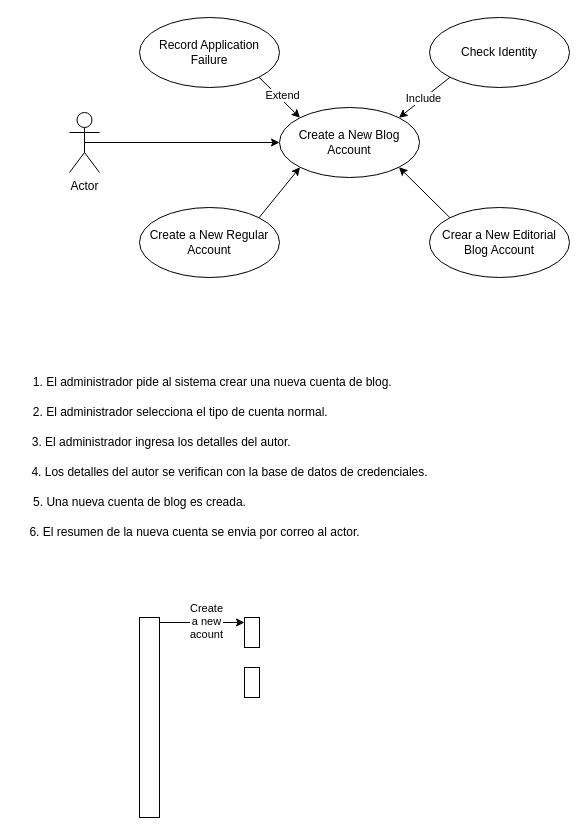
Before: ejemplo.drawio in jdrguez/ETS, a draw.io diagram. Source tidied: cells renumbered, new cells numbered last; positions are measured from the earlier drawing's top-left corner, leaving out a move shared by most shapes. Both pictures are drawn from the tidied source at 100%, with x=0, y=0 at pixel (19, 17).
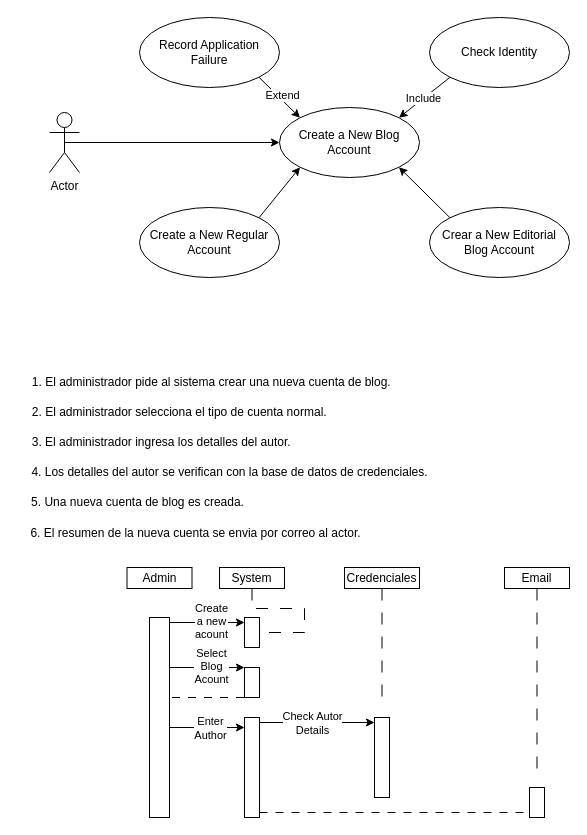
Above is the later version.

Unchanged cells that the change refers to:
```xml
<mxCell id="22" style="html=1;points=[[0,0,0,0,5],[0,1,0,0,-5],[1,0,0,0,5],[1,1,0,0,-5]];perimeter=orthogonalPerimeter;outlineConnect=0;targetShapes=umlLifeline;portConstraint=eastwest;newEdgeStyle={&quot;curved&quot;:0,&quot;rounded&quot;:0};" parent="1" vertex="1">
  <mxGeometry x="225" y="600" width="15" height="30" as="geometry" />
</mxCell>
```

Change to the diagram source:
```diff
@@
     <mxCell id="3" value="Actor" style="shape=umlActor;verticalLabelPosition=bottom;verticalAlign=top;html=1;" parent="1" vertex="1">
-      <mxGeometry x="50" y="95" width="30" height="60" as="geometry" />
+      <mxGeometry x="30" y="95" width="30" height="60" as="geometry" />
     </mxCell>
@@
     <mxCell id="15" value="1. El administrador pide al sistema crear una nueva cuenta de blog.&lt;span style=&quot;white-space: pre;&quot;&gt;&#9;&lt;/span&gt;" style="text;html=1;align=center;verticalAlign=middle;strokeColor=none;fillColor=none;" parent="1" vertex="1">
-      <mxGeometry y="350" width="400" height="30" as="geometry" />
+      <mxGeometry x="-1" y="350" width="400" height="30" as="geometry" />
     </mxCell>
     <mxCell id="16" value="&amp;nbsp;2. El administrador selecciona el tipo de cuenta normal.&lt;span style=&quot;white-space: pre;&quot;&gt;&#9;&lt;/span&gt;" style="text;html=1;align=center;verticalAlign=middle;strokeColor=none;fillColor=none;" parent="1" vertex="1">
-      <mxGeometry y="380" width="340" height="30" as="geometry" />
+      <mxGeometry x="-1" y="380" width="340" height="30" as="geometry" />
     </mxCell>
@@
     <mxCell id="19" value="5. Una nueva cuenta de blog es creada." style="text;html=1;align=center;verticalAlign=middle;strokeColor=none;fillColor=none;" parent="1" vertex="1">
-      <mxGeometry y="470" width="240" height="30" as="geometry" />
+      <mxGeometry x="-2" y="470" width="240" height="30" as="geometry" />
     </mxCell>
     <mxCell id="20" value="6. El resumen de la nueva cuenta se envia por correo al actor." style="text;html=1;align=center;verticalAlign=middle;strokeColor=none;fillColor=none;" parent="1" vertex="1">
-      <mxGeometry y="500" width="350" height="30" as="geometry" />
+      <mxGeometry x="1" y="501" width="350" height="30" as="geometry" />
     </mxCell>
     <mxCell id="21" style="html=1;points=[[0,0,0,0,5],[0,1,0,0,-5],[1,0,0,0,5],[1,1,0,0,-5]];perimeter=orthogonalPerimeter;outlineConnect=0;targetShapes=umlLifeline;portConstraint=eastwest;newEdgeStyle={&quot;curved&quot;:0,&quot;rounded&quot;:0};" parent="1" vertex="1">
-      <mxGeometry x="120" y="600" width="20" height="200" as="geometry" />
+      <mxGeometry x="130" y="600" width="20" height="200" as="geometry" />
     </mxCell>
@@
+    <mxCell id="26" style="edgeStyle=orthogonalEdgeStyle;rounded=0;orthogonalLoop=1;jettySize=auto;html=1;curved=0;exitX=1;exitY=0;exitDx=0;exitDy=5;exitPerimeter=0;entryX=0;entryY=0;entryDx=0;entryDy=5;entryPerimeter=0;" parent="1" edge="1">
+      <mxGeometry relative="1" as="geometry">
+        <mxPoint x="150" y="650" as="sourcePoint" />
+        <mxPoint x="225" y="650" as="targetPoint" />
+      </mxGeometry>
+    </mxCell>
+    <mxCell id="27" value="&lt;div&gt;Select&lt;/div&gt;&lt;div&gt;Blog&lt;/div&gt;&lt;div&gt;Acount&lt;br&gt;&lt;/div&gt;" style="edgeLabel;html=1;align=center;verticalAlign=middle;" parent="26" vertex="1">
+      <mxGeometry x="0.08" y="2" relative="1" as="geometry" />
+    </mxCell>
+    <mxCell id="28" style="edgeStyle=orthogonalEdgeStyle;rounded=0;orthogonalLoop=1;jettySize=auto;html=1;curved=0;exitX=1;exitY=0;exitDx=0;exitDy=5;exitPerimeter=0;entryX=0;entryY=0;entryDx=0;entryDy=5;entryPerimeter=0;dashed=1;dashPattern=8 8;endArrow=none;endFill=0;" parent="1" edge="1">
+      <mxGeometry relative="1" as="geometry">
+        <mxPoint x="152.5" y="680" as="sourcePoint" />
+        <mxPoint x="227.5" y="680" as="targetPoint" />
+      </mxGeometry>
+    </mxCell>
+    <mxCell id="29" style="html=1;points=[[0,0,0,0,5],[0,1,0,0,-5],[1,0,0,0,5],[1,1,0,0,-5]];perimeter=orthogonalPerimeter;outlineConnect=0;targetShapes=umlLifeline;portConstraint=eastwest;newEdgeStyle={&quot;curved&quot;:0,&quot;rounded&quot;:0};" parent="1" vertex="1">
+      <mxGeometry x="225" y="700" width="15" height="100" as="geometry" />
+    </mxCell>
+    <mxCell id="30" style="edgeStyle=orthogonalEdgeStyle;rounded=0;orthogonalLoop=1;jettySize=auto;html=1;curved=0;exitX=1;exitY=0;exitDx=0;exitDy=5;exitPerimeter=0;entryX=0;entryY=0;entryDx=0;entryDy=5;entryPerimeter=0;" parent="1" edge="1">
+      <mxGeometry relative="1" as="geometry">
+        <mxPoint x="150" y="710" as="sourcePoint" />
+        <mxPoint x="225" y="710" as="targetPoint" />
+      </mxGeometry>
+    </mxCell>
+    <mxCell id="31" value="&lt;div&gt;Enter&lt;/div&gt;&lt;div&gt;Author&lt;br&gt;&lt;/div&gt;" style="edgeLabel;html=1;align=center;verticalAlign=middle;" parent="30" vertex="1">
+      <mxGeometry x="0.08" y="2" relative="1" as="geometry">
+        <mxPoint x="-1" y="2" as="offset" />
+      </mxGeometry>
+    </mxCell>
+    <mxCell id="32" style="html=1;points=[[0,0,0,0,5],[0,1,0,0,-5],[1,0,0,0,5],[1,1,0,0,-5]];perimeter=orthogonalPerimeter;outlineConnect=0;targetShapes=umlLifeline;portConstraint=eastwest;newEdgeStyle={&quot;curved&quot;:0,&quot;rounded&quot;:0};" parent="1" vertex="1">
+      <mxGeometry x="355" y="700" width="15" height="80" as="geometry" />
+    </mxCell>
+    <mxCell id="33" style="edgeStyle=orthogonalEdgeStyle;rounded=0;jettySize=auto;html=1;curved=0;exitX=1;exitY=0;exitDx=0;exitDy=5;exitPerimeter=0;entryX=0;entryY=0;entryDx=0;entryDy=5;entryPerimeter=0;" parent="1" edge="1" source="29" target="32">
+      <mxGeometry relative="1" as="geometry" />
+    </mxCell>
+    <mxCell id="34" value="&lt;div&gt;Check Autor&lt;/div&gt;&lt;div&gt;Details&lt;br&gt;&lt;/div&gt;" style="edgeLabel;html=1;align=center;verticalAlign=middle;" parent="33" vertex="1">
+      <mxGeometry x="-0.09" relative="1" as="geometry" />
+    </mxCell>
+    <mxCell id="35" style="html=1;points=[[0,0,0,0,5],[0,1,0,0,-5],[1,0,0,0,5],[1,1,0,0,-5]];perimeter=orthogonalPerimeter;outlineConnect=0;targetShapes=umlLifeline;portConstraint=eastwest;newEdgeStyle={&quot;curved&quot;:0,&quot;rounded&quot;:0};" parent="1" vertex="1">
+      <mxGeometry x="510" y="770" width="15" height="30" as="geometry" />
+    </mxCell>
+    <mxCell id="36" style="edgeStyle=orthogonalEdgeStyle;rounded=0;jettySize=auto;html=1;curved=0;exitX=1;exitY=1;exitDx=0;exitDy=-5;exitPerimeter=0;entryX=0;entryY=1;entryDx=0;entryDy=-5;entryPerimeter=0;dashed=1;dashPattern=8 8;endArrow=none;endFill=0;" parent="1" edge="1" source="29" target="35">
+      <mxGeometry relative="1" as="geometry" />
+    </mxCell>
+    <mxCell id="37" value="Admin" style="html=1;whiteSpace=wrap;" parent="1" vertex="1">
+      <mxGeometry x="107.5" y="550" width="65" height="21" as="geometry" />
+    </mxCell>
+    <mxCell id="38" style="edgeStyle=orthogonalEdgeStyle;rounded=0;jettySize=auto;html=1;exitX=0.5;exitY=1;exitDx=0;exitDy=0;endArrow=none;endFill=0;dashed=1;dashPattern=12 12;" parent="1" edge="1" source="39" target="22">
+      <mxGeometry relative="1" as="geometry" />
+    </mxCell>
+    <mxCell id="39" value="System" style="html=1;whiteSpace=wrap;" parent="1" vertex="1">
+      <mxGeometry x="200" y="550" width="65" height="21" as="geometry" />
+    </mxCell>
+    <mxCell id="40" style="edgeStyle=orthogonalEdgeStyle;rounded=0;jettySize=auto;html=1;exitX=0.5;exitY=1;exitDx=0;exitDy=0;startArrow=none;startFill=0;dashed=1;dashPattern=12 12;endArrow=none;endFill=0;" parent="1" edge="1" source="41">
+      <mxGeometry relative="1" as="geometry">
+        <mxPoint x="362.5" y="690" as="targetPoint" />
+      </mxGeometry>
+    </mxCell>
+    <mxCell id="41" value="Credenciales" style="html=1;whiteSpace=wrap;" parent="1" vertex="1">
+      <mxGeometry x="325" y="550" width="75" height="21" as="geometry" />
+    </mxCell>
+    <mxCell id="42" style="edgeStyle=orthogonalEdgeStyle;rounded=0;jettySize=auto;html=1;exitX=0.5;exitY=1;exitDx=0;exitDy=0;endArrow=none;endFill=0;dashed=1;dashPattern=12 12;" parent="1" edge="1" source="43">
+      <mxGeometry relative="1" as="geometry">
+        <mxPoint x="517.5" y="760" as="targetPoint" />
+      </mxGeometry>
+    </mxCell>
+    <mxCell id="43" value="Email" style="html=1;whiteSpace=wrap;" parent="1" vertex="1">
+      <mxGeometry x="485" y="550" width="65" height="21" as="geometry" />
+    </mxCell>
```
